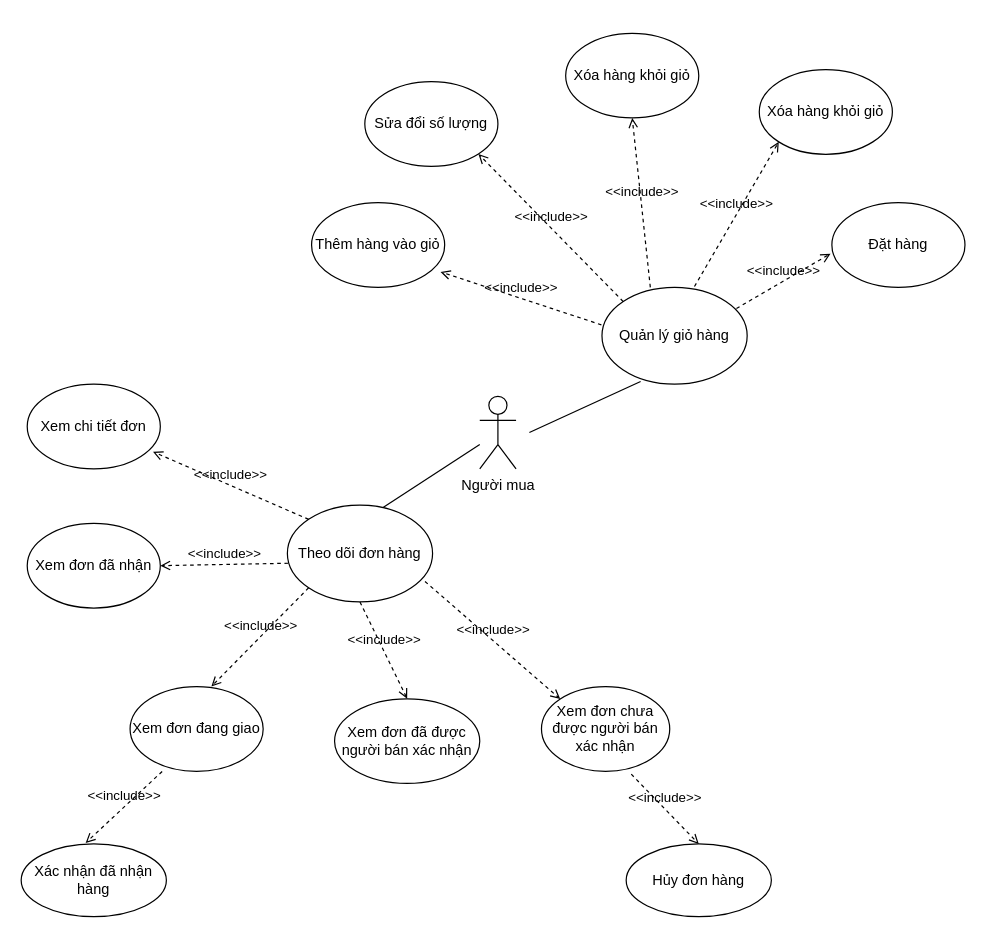
Above: UsecaeSeminarCustomer.drawio in NguyenQuocAn99/MyDiagram (draw.io), before the change. Source tidied: cells renumbered, new cells numbered last; positions are measured from the earlier drawing's top-left corner, leaving out a move shared by most shapes. Both pictures are drawn from the tidied source at 121%, with x=0, y=0 at pixel (21, 33).
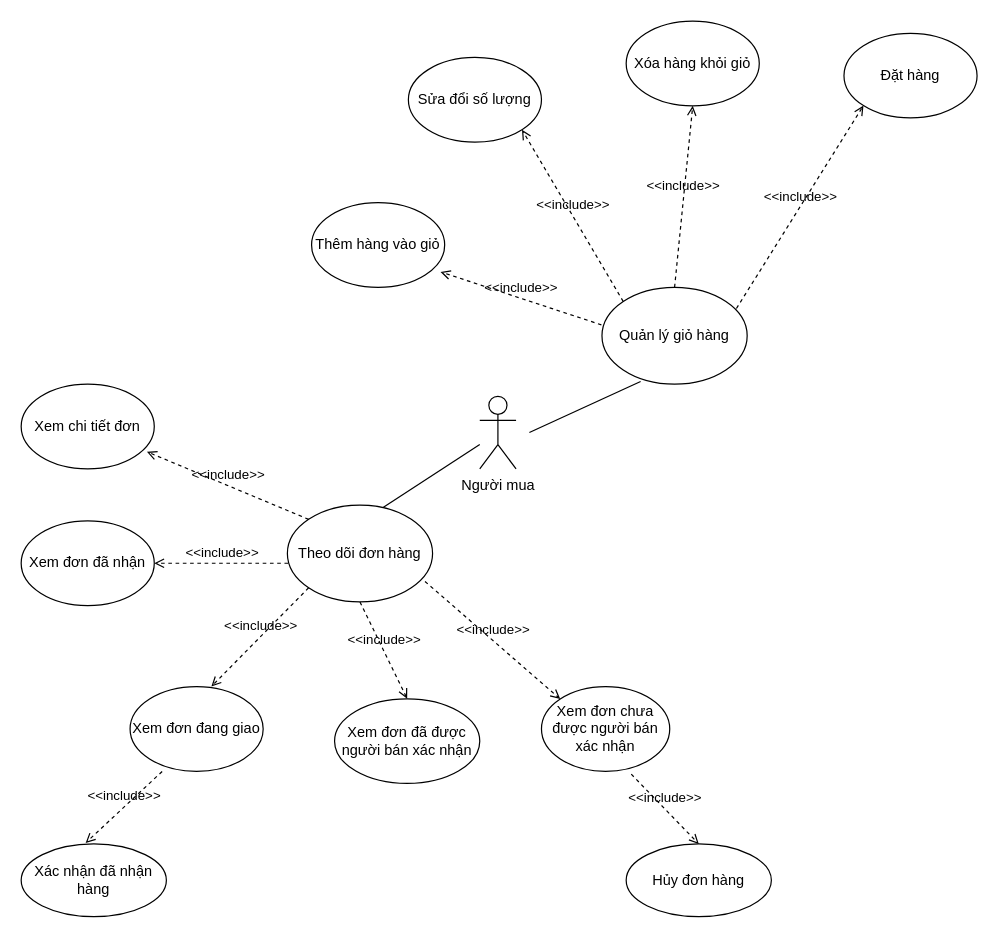
After the change.

Unchanged cells that the change refers to:
```xml
<mxCell id="4" value="Quản lý giỏ hàng" style="ellipse;whiteSpace=wrap;html=1;" parent="1" vertex="1">
  <mxGeometry x="480" y="210" width="120" height="80" as="geometry" />
</mxCell>
```

Diff of the diagram source:
```diff
@@
     <mxCell id="8" value="Xem đơn đã nhận" style="ellipse;whiteSpace=wrap;html=1;" parent="1" vertex="1">
-      <mxGeometry x="5" y="405" width="110" height="70" as="geometry" />
+      <mxGeometry y="403" width="110" height="70" as="geometry" />
     </mxCell>
@@
     <mxCell id="19" value="Xem chi tiết đơn" style="ellipse;whiteSpace=wrap;html=1;" parent="1" vertex="1">
-      <mxGeometry x="5" y="290" width="110" height="70" as="geometry" />
+      <mxGeometry y="290" width="110" height="70" as="geometry" />
     </mxCell>
@@
     <mxCell id="23" value="Sửa đổi số lượng" style="ellipse;whiteSpace=wrap;html=1;" parent="1" vertex="1">
-      <mxGeometry x="284" y="40" width="110" height="70" as="geometry" />
+      <mxGeometry x="320" y="20" width="110" height="70" as="geometry" />
     </mxCell>
     <mxCell id="24" value="Xóa hàng khỏi giỏ" style="ellipse;whiteSpace=wrap;html=1;" parent="1" vertex="1">
-      <mxGeometry x="450" width="110" height="70" as="geometry" />
+      <mxGeometry x="500" y="-10" width="110" height="70" as="geometry" />
     </mxCell>
-    <mxCell id="25" value="Xóa hàng khỏi giỏ" style="ellipse;whiteSpace=wrap;html=1;" parent="1" vertex="1">
-      <mxGeometry x="610" y="30" width="110" height="70" as="geometry" />
-    </mxCell>
     <mxCell id="26" value="Đặt hàng" style="ellipse;whiteSpace=wrap;html=1;" parent="1" vertex="1">
-      <mxGeometry x="670" y="140" width="110" height="70" as="geometry" />
+      <mxGeometry x="680" width="110" height="70" as="geometry" />
     </mxCell>
@@
-    <mxCell id="28" value="&amp;lt;&amp;lt;include&amp;gt;&amp;gt;" style="html=1;verticalAlign=bottom;labelBackgroundColor=none;endArrow=open;endFill=0;dashed=1;exitX=0.333;exitY=0;exitDx=0;exitDy=0;entryX=0.5;entryY=1;entryDx=0;entryDy=0;exitPerimeter=0;" parent="1" edge="1" source="4" target="24">
+    <mxCell id="28" value="&amp;lt;&amp;lt;include&amp;gt;&amp;gt;" style="html=1;verticalAlign=bottom;labelBackgroundColor=none;endArrow=open;endFill=0;dashed=1;exitX=0.5;exitY=0;exitDx=0;exitDy=0;entryX=0.5;entryY=1;entryDx=0;entryDy=0;" parent="1" edge="1" source="4" target="24">
       <mxGeometry relative="1" as="geometry" />
     </mxCell>
-    <mxCell id="29" value="&amp;lt;&amp;lt;include&amp;gt;&amp;gt;" style="html=1;verticalAlign=bottom;labelBackgroundColor=none;endArrow=open;endFill=0;dashed=1;exitX=0.637;exitY=-0.009;exitDx=0;exitDy=0;entryX=0;entryY=1;entryDx=0;entryDy=0;exitPerimeter=0;" parent="1" edge="1" source="4" target="25">
-      <mxGeometry relative="1" as="geometry" />
-    </mxCell>
-    <mxCell id="30" value="&amp;lt;&amp;lt;include&amp;gt;&amp;gt;" style="html=1;verticalAlign=bottom;labelBackgroundColor=none;endArrow=open;endFill=0;dashed=1;exitX=0.926;exitY=0.218;exitDx=0;exitDy=0;entryX=-0.01;entryY=0.602;entryDx=0;entryDy=0;exitPerimeter=0;entryPerimeter=0;" parent="1" edge="1" source="4" target="26">
+    <mxCell id="30" value="&amp;lt;&amp;lt;include&amp;gt;&amp;gt;" style="html=1;verticalAlign=bottom;labelBackgroundColor=none;endArrow=open;endFill=0;dashed=1;exitX=0.926;exitY=0.218;exitDx=0;exitDy=0;entryX=0;entryY=1;entryDx=0;entryDy=0;exitPerimeter=0;" parent="1" edge="1" source="4" target="26">
       <mxGeometry relative="1" as="geometry" />
     </mxCell>
```
